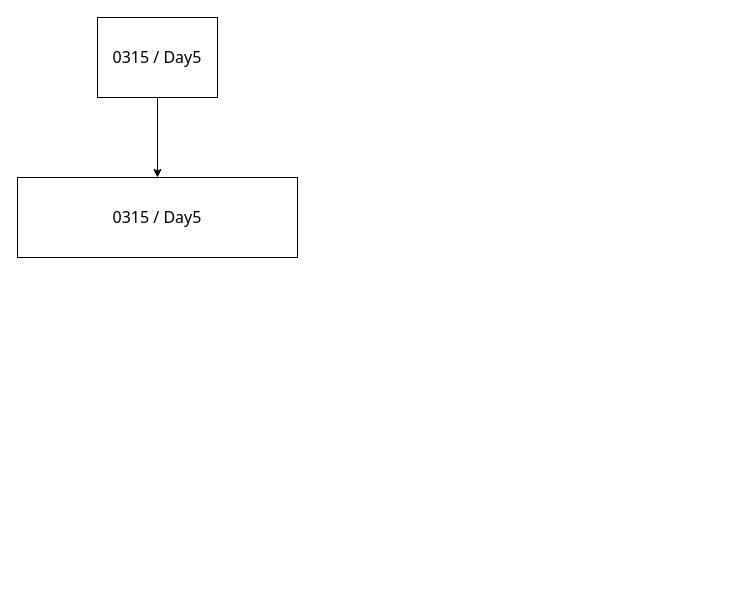
Earlier version of the draw.io diagram EXAM_DL/DAY5_Fri/E00_map.drawio (zeeenoo11/KDT5_Notes). Source tidied: cells renumbered, new cells numbered last; positions are measured from the earlier drawing's top-left corner, leaving out a move shared by most shapes. Both pictures are drawn from the tidied source at 100%, with x=0, y=0 at pixel (17, 17).
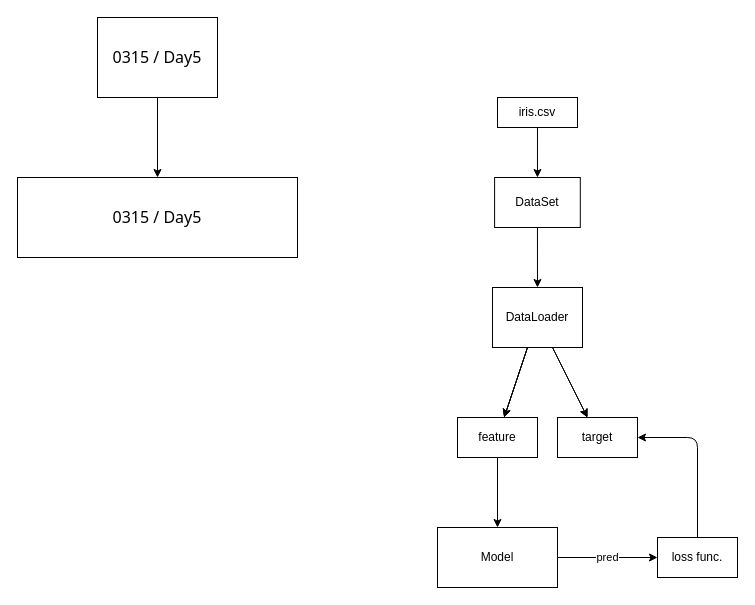
After the change.

Commit message (it also covers changes not shown here):
5일차 중간 커밋

What changed in the source:
```diff
@@
+    <mxCell id="5" style="edgeStyle=none;html=1;" parent="1" edge="1" source="6" target="8">
+      <mxGeometry relative="1" as="geometry" />
+    </mxCell>
+    <mxCell id="6" value="iris.csv" style="whiteSpace=wrap;html=1;" parent="1" vertex="1">
+      <mxGeometry x="480" y="80" width="80" height="30" as="geometry" />
+    </mxCell>
+    <mxCell id="7" style="edgeStyle=none;html=1;" parent="1" edge="1" source="8" target="14">
+      <mxGeometry relative="1" as="geometry" />
+    </mxCell>
+    <mxCell id="8" value="DataSet" style="whiteSpace=wrap;html=1;" parent="1" vertex="1">
+      <mxGeometry x="477.1" y="160" width="85.7" height="50" as="geometry" />
+    </mxCell>
+    <mxCell id="9" style="edgeStyle=none;html=1;" parent="1" edge="1" source="14" target="16">
+      <mxGeometry relative="1" as="geometry" />
+    </mxCell>
+    <mxCell id="10" style="edgeStyle=none;html=1;" parent="1" edge="1" source="14" target="16">
+      <mxGeometry relative="1" as="geometry" />
+    </mxCell>
+    <mxCell id="11" style="edgeStyle=none;html=1;" parent="1" edge="1" source="14" target="16">
+      <mxGeometry relative="1" as="geometry" />
+    </mxCell>
+    <mxCell id="12" style="edgeStyle=none;html=1;" parent="1" edge="1" source="14" target="17">
+      <mxGeometry relative="1" as="geometry" />
+    </mxCell>
+    <mxCell id="13" style="edgeStyle=none;html=1;" parent="1" edge="1" source="14" target="17">
+      <mxGeometry relative="1" as="geometry" />
+    </mxCell>
+    <mxCell id="14" value="DataLoader" style="whiteSpace=wrap;html=1;" parent="1" vertex="1">
+      <mxGeometry x="475" y="270" width="90" height="60" as="geometry" />
+    </mxCell>
+    <mxCell id="15" style="edgeStyle=none;html=1;" parent="1" edge="1" source="16" target="19">
+      <mxGeometry relative="1" as="geometry" />
+    </mxCell>
+    <mxCell id="16" value="feature" style="whiteSpace=wrap;html=1;" parent="1" vertex="1">
+      <mxGeometry x="440" y="400" width="80" height="40" as="geometry" />
+    </mxCell>
+    <mxCell id="17" value="target" style="whiteSpace=wrap;html=1;" parent="1" vertex="1">
+      <mxGeometry x="540" y="400" width="80" height="40" as="geometry" />
+    </mxCell>
+    <mxCell id="18" value="pred" style="edgeStyle=none;html=1;" parent="1" edge="1" source="19" target="21">
+      <mxGeometry relative="1" as="geometry" />
+    </mxCell>
+    <mxCell id="19" value="Model" style="whiteSpace=wrap;html=1;" parent="1" vertex="1">
+      <mxGeometry x="420" y="510" width="120" height="60" as="geometry" />
+    </mxCell>
+    <mxCell id="20" style="edgeStyle=none;html=1;exitX=0.5;exitY=0;exitDx=0;exitDy=0;entryX=1;entryY=0.5;entryDx=0;entryDy=0;" parent="1" edge="1" source="21" target="17">
+      <mxGeometry relative="1" as="geometry">
+        <Array as="points">
+          <mxPoint x="680" y="420" />
+        </Array>
+      </mxGeometry>
+    </mxCell>
+    <mxCell id="21" value="loss func." style="round;whiteSpace=wrap;html=1;" parent="1" vertex="1">
+      <mxGeometry x="640" y="520" width="80" height="40" as="geometry" />
+    </mxCell>
```
